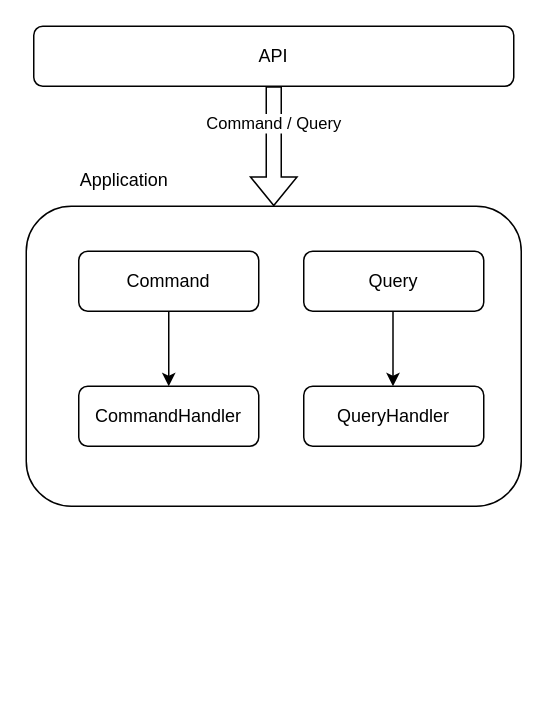
duybao901/DemoCICD keeps this draw.io diagram as CleanArchitecture.drawio. Above is the earlier version. Source tidied: cells renumbered, new cells numbered last; positions are measured from the earlier drawing's top-left corner, leaving out a move shared by most shapes. Both pictures are drawn from the tidied source at 150%, with x=0, y=0 at pixel (26, 26).
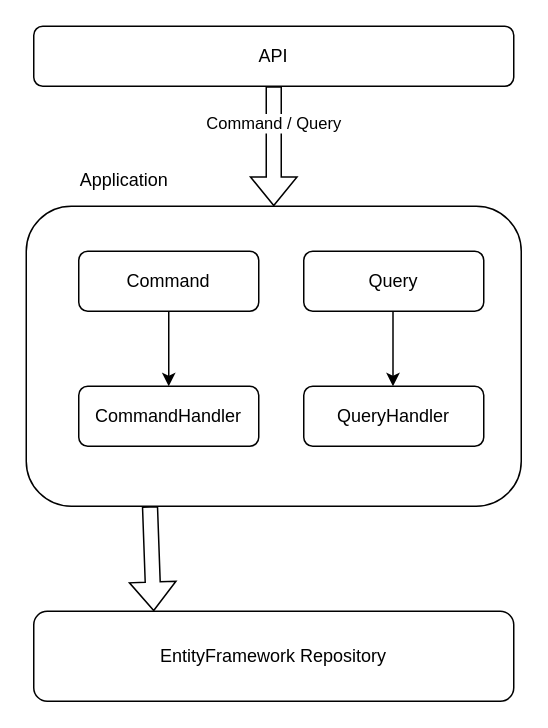
The same diagram, later.

Change to the diagram source:
```diff
@@
 <mxGraphModel>
   <root>
     <mxCell id="0" />
     <mxCell id="1" parent="0" />
     <mxCell id="2" value="API" style="rounded=1;whiteSpace=wrap;html=1;" parent="1" vertex="1">
       <mxGeometry x="5" width="320" height="40" as="geometry" />
     </mxCell>
     <mxCell id="3" style="rounded=1;whiteSpace=wrap;html=1;" parent="1" vertex="1">
       <mxGeometry y="120" width="330" height="200" as="geometry" />
     </mxCell>
     <mxCell id="4" value="Application&lt;div&gt;&lt;br&gt;&lt;/div&gt;" style="text;html=1;align=center;verticalAlign=middle;strokeColor=none;fillColor=none;" parent="1" vertex="1">
       <mxGeometry x="25" y="90" width="80" height="40" as="geometry" />
     </mxCell>
     <mxCell id="5" style="shape=flexArrow;endArrow=classic;html=1;rounded=0;exitX=0.5;exitY=1;exitDx=0;exitDy=0;" parent="1" edge="1" source="2" target="3">
       <mxGeometry relative="1" as="geometry" />
     </mxCell>
     <mxCell id="6" value="Command / Query" style="edgeLabel;html=1;align=center;verticalAlign=middle;" parent="5" vertex="1">
       <mxGeometry x="-0.41" y="-1" relative="1" as="geometry" />
     </mxCell>
     <mxCell id="7" value="Command" style="rounded=1;whiteSpace=wrap;html=1;" parent="1" vertex="1">
       <mxGeometry x="35" y="150" width="120" height="40" as="geometry" />
     </mxCell>
     <mxCell id="8" value="Query" style="rounded=1;whiteSpace=wrap;html=1;" parent="1" vertex="1">
       <mxGeometry x="185" y="150" width="120" height="40" as="geometry" />
     </mxCell>
     <mxCell id="9" value="CommandHandler" style="rounded=1;whiteSpace=wrap;html=1;" parent="1" vertex="1">
       <mxGeometry x="35" y="240" width="120" height="40" as="geometry" />
     </mxCell>
     <mxCell id="10" value="QueryHandler" style="rounded=1;whiteSpace=wrap;html=1;" parent="1" vertex="1">
       <mxGeometry x="185" y="240" width="120" height="40" as="geometry" />
     </mxCell>
     <mxCell id="11" style="edgeStyle=orthogonalEdgeStyle;rounded=0;orthogonalLoop=1;jettySize=auto;html=1;exitX=0.5;exitY=1;exitDx=0;exitDy=0;" parent="1" edge="1" source="3" target="3">
       <mxGeometry relative="1" as="geometry" />
     </mxCell>
     <mxCell id="12" style="endArrow=classic;html=1;rounded=0;entryX=0.5;entryY=0;entryDx=0;entryDy=0;exitX=0.5;exitY=1;exitDx=0;exitDy=0;" parent="1" edge="1" source="7" target="9">
       <mxGeometry relative="1" as="geometry" />
     </mxCell>
     <mxCell id="13" style="endArrow=classic;html=1;rounded=0;entryX=0.5;entryY=0;entryDx=0;entryDy=0;exitX=0.5;exitY=1;exitDx=0;exitDy=0;" parent="1" edge="1">
       <mxGeometry relative="1" as="geometry">
         <mxPoint x="244.5" y="190" as="sourcePoint" />
         <mxPoint x="244.5" y="240" as="targetPoint" />
       </mxGeometry>
     </mxCell>
+    <mxCell id="14" value="EntityFramework Repository" style="rounded=1;whiteSpace=wrap;html=1;align=center;" parent="1" vertex="1">
+      <mxGeometry x="5" y="390" width="320" height="60" as="geometry" />
+    </mxCell>
+    <mxCell id="15" style="shape=flexArrow;endArrow=classic;html=1;rounded=0;exitX=0.25;exitY=1;exitDx=0;exitDy=0;entryX=0.25;entryY=0;entryDx=0;entryDy=0;" parent="1" edge="1" source="3" target="14">
+      <mxGeometry relative="1" as="geometry" />
+    </mxCell>
   </root>
 </mxGraphModel>
```
